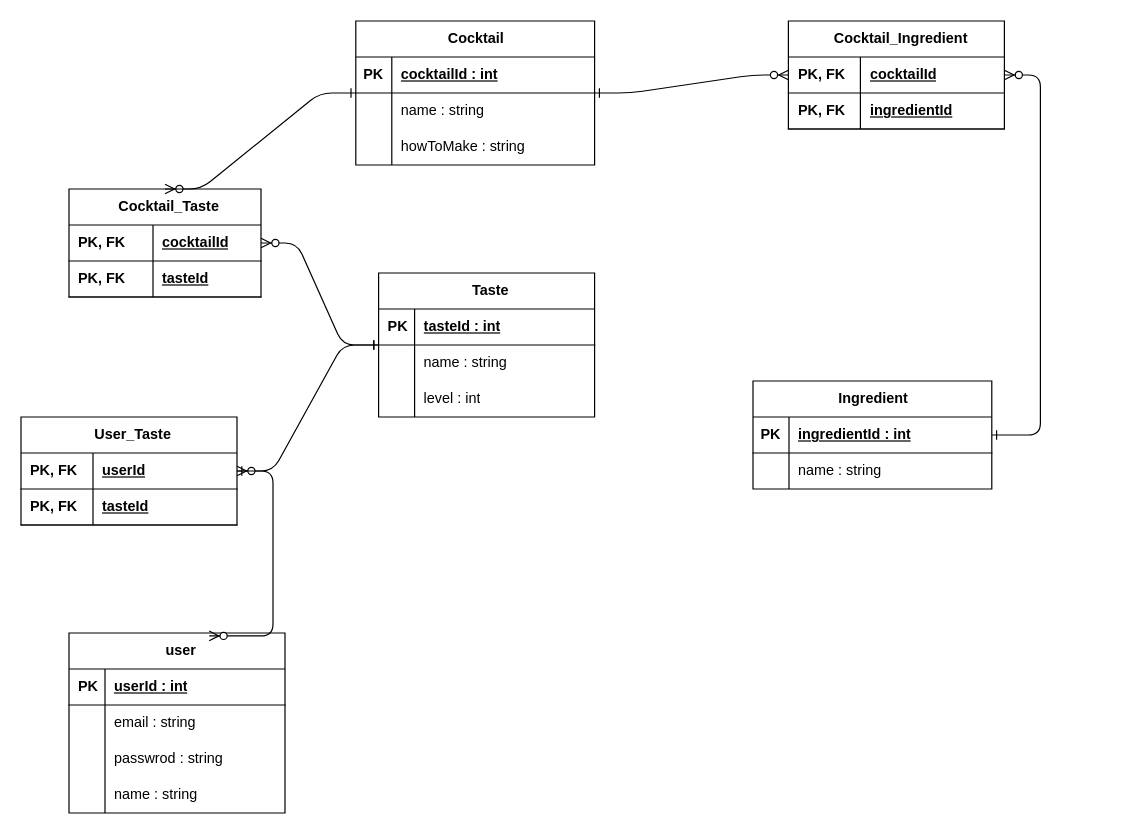
ryaotuix/cocktail-Recommendation keeps this draw.io diagram as docs/.drawio. Above is the earlier version. Source tidied: cells renumbered, new cells numbered last; positions are measured from the earlier drawing's top-left corner, leaving out a move shared by most shapes. Both pictures are drawn from the tidied source at 120%, with x=0, y=0 at pixel (20, 20).
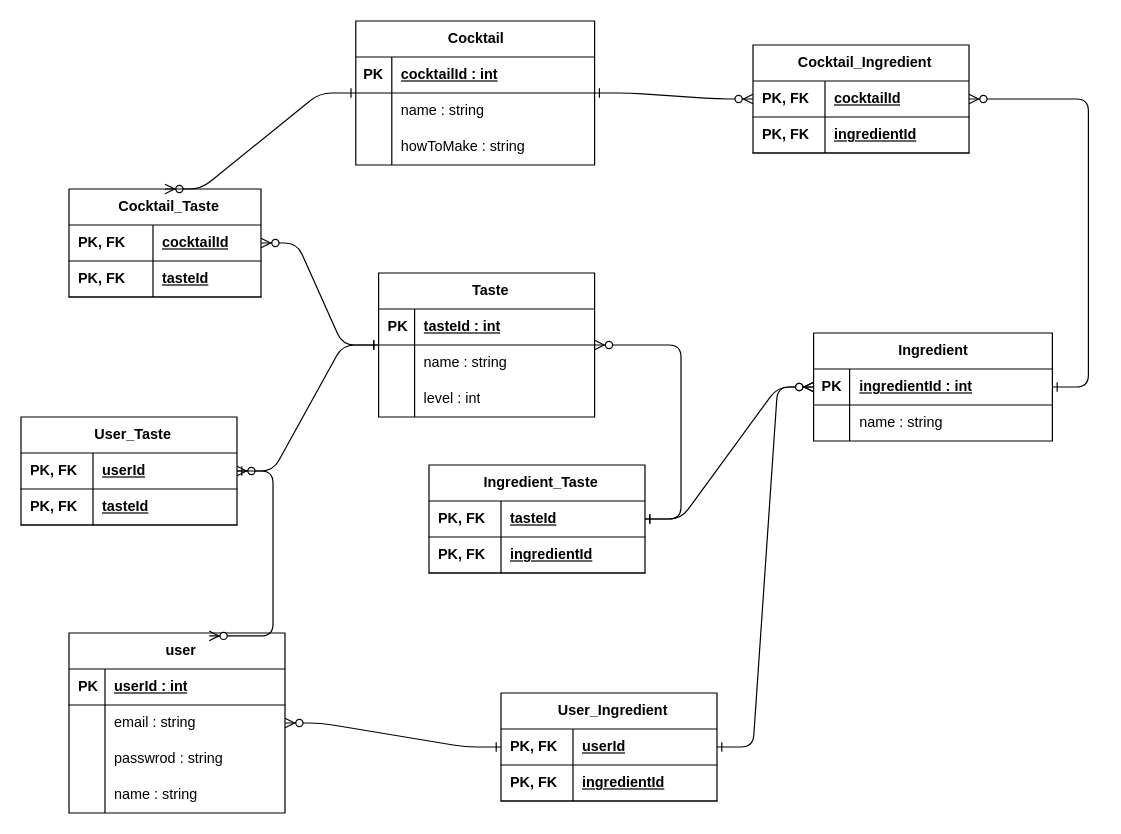
The same diagram, later.

Unchanged cells that the change refers to:
```xml
<mxCell id="14" value="Taste" style="shape=table;startSize=30;childLayout=tableLayout;rowLines=0;fontStyle=1;align=center;html=1;strokeColor=default;verticalAlign=middle;spacingLeft=6;fontFamily=Helvetica;fontSize=12;fontColor=default;fillColor=none;" parent="1" vertex="1">
  <mxGeometry x="298" y="210" width="180" height="120" as="geometry" />
</mxCell>
<mxCell id="24" value="user" style="shape=table;startSize=30;childLayout=tableLayout;rowLines=0;fontStyle=1;align=center;html=1;strokeColor=default;verticalAlign=middle;spacingLeft=6;fontFamily=Helvetica;fontSize=12;fontColor=default;fillColor=none;" parent="1" vertex="1">
  <mxGeometry x="40" y="510" width="180" height="150" as="geometry" />
</mxCell>
<mxCell id="54" style="shape=tableRow;horizontal=0;startSize=0;swimlaneHead=0;swimlaneBody=0;fillColor=none;points=[[0,0.5],[1,0.5]];portConstraint=eastwest;top=0;left=0;right=0;bottom=1;" parent="53" vertex="1">
  <mxGeometry y="30" width="199" height="30" as="geometry" />
</mxCell>
```

What changed in the source:
```diff
@@
     <mxCell id="53" value="Ingredient" style="shape=table;startSize=30;childLayout=tableLayout;rowLines=0;fontStyle=1;align=center;html=1;" parent="1" vertex="1">
-      <mxGeometry x="610" y="300" width="199" height="90" as="geometry" />
+      <mxGeometry x="660.5" y="260" width="199" height="90" as="geometry" />
     </mxCell>
@@
     <mxCell id="60" value="Cocktail_Ingredient" style="shape=table;startSize=30;childLayout=tableLayout;rowLines=0;fontStyle=1;align=center;html=1;strokeColor=default;verticalAlign=middle;spacingLeft=6;fontFamily=Helvetica;fontSize=12;fontColor=default;fillColor=none;" parent="1" vertex="1">
-      <mxGeometry x="639.5" width="180" height="90" as="geometry" />
+      <mxGeometry x="610" y="20" width="180" height="90" as="geometry" />
     </mxCell>
@@
+    <mxCell id="69" value="Ingredient_Taste" style="shape=table;startSize=30;childLayout=tableLayout;rowLines=0;fontStyle=1;align=center;html=1;strokeColor=default;verticalAlign=middle;spacingLeft=6;fontFamily=Helvetica;fontSize=12;fontColor=default;fillColor=none;" parent="1" vertex="1">
+      <mxGeometry x="340" y="370" width="180" height="90" as="geometry" />
+    </mxCell>
+    <mxCell id="70" style="shape=tableRow;horizontal=0;startSize=0;swimlaneHead=0;swimlaneBody=0;fillColor=none;points=[[0,0.5],[1,0.5]];portConstraint=eastwest;top=0;left=0;right=0;bottom=1;strokeColor=default;align=left;verticalAlign=middle;spacingLeft=6;fontFamily=Helvetica;fontSize=12;fontColor=default;" parent="69" vertex="1">
+      <mxGeometry y="30" width="180" height="30" as="geometry" />
+    </mxCell>
+    <mxCell id="71" value="PK, FK" style="shape=partialRectangle;fillColor=none;top=0;left=0;bottom=0;right=0;fontStyle=1;overflow=hidden;whiteSpace=wrap;html=1;strokeColor=default;align=left;verticalAlign=middle;spacingLeft=6;fontFamily=Helvetica;fontSize=12;fontColor=default;" parent="70" vertex="1">
+      <mxGeometry width="60" height="30" as="geometry" />
+    </mxCell>
+    <mxCell id="72" value="tasteId" style="shape=partialRectangle;fillColor=none;top=0;left=0;bottom=0;right=0;align=left;spacingLeft=6;fontStyle=5;overflow=hidden;whiteSpace=wrap;html=1;strokeColor=default;verticalAlign=middle;fontFamily=Helvetica;fontSize=12;fontColor=default;" parent="70" vertex="1">
+      <mxGeometry x="60" width="120" height="30" as="geometry" />
+    </mxCell>
+    <mxCell id="73" style="shape=tableRow;horizontal=0;startSize=0;swimlaneHead=0;swimlaneBody=0;fillColor=none;top=0;left=0;right=0;bottom=1;strokeColor=default;align=left;verticalAlign=middle;spacingLeft=6;fontFamily=Helvetica;fontSize=12;fontColor=default;" parent="69" vertex="1">
+      <mxGeometry y="60" width="180" height="30" as="geometry" />
+    </mxCell>
+    <mxCell id="74" value="PK, FK" style="shape=partialRectangle;fillColor=none;top=0;left=0;bottom=0;right=0;fontStyle=1;overflow=hidden;whiteSpace=wrap;html=1;strokeColor=default;align=left;verticalAlign=middle;spacingLeft=6;fontFamily=Helvetica;fontSize=12;fontColor=default;" parent="73" vertex="1">
+      <mxGeometry width="60" height="30" as="geometry" />
+    </mxCell>
+    <mxCell id="75" value="ingredientId" style="shape=partialRectangle;fillColor=none;top=0;left=0;bottom=0;right=0;align=left;spacingLeft=6;fontStyle=5;overflow=hidden;whiteSpace=wrap;html=1;strokeColor=default;verticalAlign=middle;fontFamily=Helvetica;fontSize=12;fontColor=default;" parent="73" vertex="1">
+      <mxGeometry x="60" width="120" height="30" as="geometry" />
+    </mxCell>
+    <mxCell id="76" style="edgeStyle=entityRelationEdgeStyle;endArrow=ERzeroToMany;startArrow=ERone;endFill=1;startFill=0;" parent="1" edge="1" source="69" target="14">
+      <mxGeometry relative="1" as="geometry" />
+    </mxCell>
+    <mxCell id="77" style="edgeStyle=entityRelationEdgeStyle;endArrow=ERzeroToMany;startArrow=ERone;endFill=1;startFill=0;" parent="1" edge="1" source="70" target="53">
+      <mxGeometry relative="1" as="geometry" />
+    </mxCell>
+    <mxCell id="78" value="User_Ingredient" style="shape=table;startSize=30;childLayout=tableLayout;rowLines=0;fontStyle=1;align=center;html=1;strokeColor=default;verticalAlign=middle;spacingLeft=6;fontFamily=Helvetica;fontSize=12;fontColor=default;fillColor=none;" parent="1" vertex="1">
+      <mxGeometry x="400" y="560" width="180" height="90" as="geometry" />
+    </mxCell>
+    <mxCell id="79" style="shape=tableRow;horizontal=0;startSize=0;swimlaneHead=0;swimlaneBody=0;fillColor=none;top=0;left=0;right=0;bottom=1;strokeColor=default;align=left;verticalAlign=middle;spacingLeft=6;fontFamily=Helvetica;fontSize=12;fontColor=default;" parent="78" vertex="1">
+      <mxGeometry y="30" width="180" height="30" as="geometry" />
+    </mxCell>
+    <mxCell id="80" value="PK, FK" style="shape=partialRectangle;fillColor=none;top=0;left=0;bottom=0;right=0;fontStyle=1;overflow=hidden;whiteSpace=wrap;html=1;strokeColor=default;align=left;verticalAlign=middle;spacingLeft=6;fontFamily=Helvetica;fontSize=12;fontColor=default;" parent="79" vertex="1">
+      <mxGeometry width="60" height="30" as="geometry" />
+    </mxCell>
+    <mxCell id="81" value="userId" style="shape=partialRectangle;fillColor=none;top=0;left=0;bottom=0;right=0;align=left;spacingLeft=6;fontStyle=5;overflow=hidden;whiteSpace=wrap;html=1;strokeColor=default;verticalAlign=middle;fontFamily=Helvetica;fontSize=12;fontColor=default;" parent="79" vertex="1">
+      <mxGeometry x="60" width="120" height="30" as="geometry" />
+    </mxCell>
+    <mxCell id="82" style="shape=tableRow;horizontal=0;startSize=0;swimlaneHead=0;swimlaneBody=0;fillColor=none;top=0;left=0;right=0;bottom=1;strokeColor=default;align=left;verticalAlign=middle;spacingLeft=6;fontFamily=Helvetica;fontSize=12;fontColor=default;" parent="78" vertex="1">
+      <mxGeometry y="60" width="180" height="30" as="geometry" />
+    </mxCell>
+    <mxCell id="83" value="PK, FK" style="shape=partialRectangle;fillColor=none;top=0;left=0;bottom=0;right=0;fontStyle=1;overflow=hidden;whiteSpace=wrap;html=1;strokeColor=default;align=left;verticalAlign=middle;spacingLeft=6;fontFamily=Helvetica;fontSize=12;fontColor=default;" parent="82" vertex="1">
+      <mxGeometry width="60" height="30" as="geometry" />
+    </mxCell>
+    <mxCell id="84" value="ingredientId" style="shape=partialRectangle;fillColor=none;top=0;left=0;bottom=0;right=0;align=left;spacingLeft=6;fontStyle=5;overflow=hidden;whiteSpace=wrap;html=1;strokeColor=default;verticalAlign=middle;fontFamily=Helvetica;fontSize=12;fontColor=default;" parent="82" vertex="1">
+      <mxGeometry x="60" width="120" height="30" as="geometry" />
+    </mxCell>
+    <mxCell id="85" style="edgeStyle=entityRelationEdgeStyle;endArrow=ERzeroToMany;startArrow=ERone;endFill=1;startFill=0;" parent="1" edge="1" source="78" target="24">
+      <mxGeometry relative="1" as="geometry" />
+    </mxCell>
+    <mxCell id="86" style="edgeStyle=entityRelationEdgeStyle;endArrow=ERzeroToMany;startArrow=ERone;endFill=1;startFill=0;" parent="1" edge="1" source="78" target="54">
+      <mxGeometry relative="1" as="geometry" />
+    </mxCell>
```
